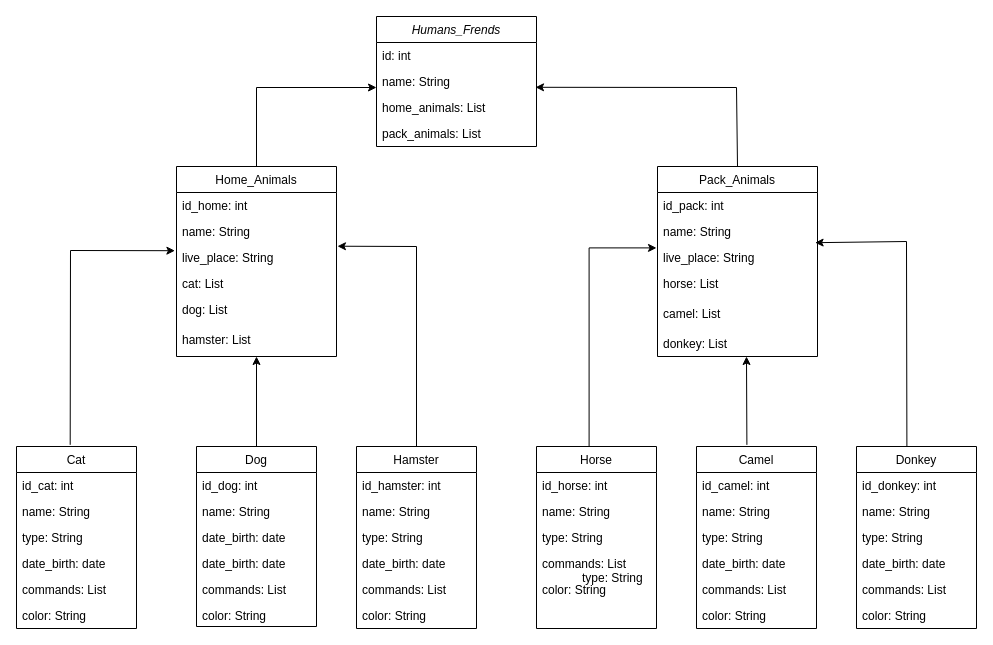
Above: Diagrams/Task 6.drawio in Ritorta/Conrol_work_second_quarter (draw.io), before the change. Source tidied: cells renumbered, new cells numbered last; positions are measured from the earlier drawing's top-left corner, leaving out a move shared by most shapes. Both pictures are drawn from the tidied source at 100%, with x=0, y=0 at pixel (16, 16).
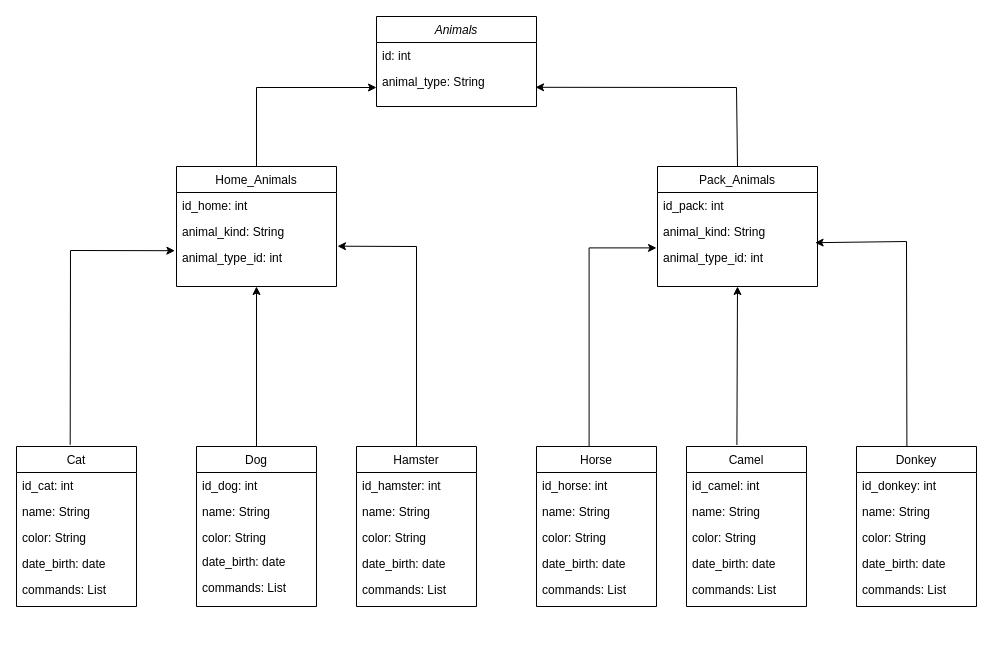
The same page after the edit.

The edit, as a diff of the source:
```diff
@@
-    <mxCell id="2" value="Humans_Frends" style="swimlane;fontStyle=2;align=center;verticalAlign=top;horizontal=1;startSize=26;rounded=0;shadow=0;strokeWidth=1;" parent="1" vertex="1">
-      <mxGeometry x="360" width="160" height="130" as="geometry" />
+    <mxCell id="2" value="Animals" style="swimlane;fontStyle=2;align=center;verticalAlign=top;horizontal=1;startSize=26;rounded=0;shadow=0;strokeWidth=1;" parent="1" vertex="1">
+      <mxGeometry x="360" width="160" height="90" as="geometry" />
     </mxCell>
@@
-    <mxCell id="4" value="name: String" style="text;align=left;verticalAlign=top;spacingLeft=4;spacingRight=4;overflow=hidden;points=[[0,0.5],[1,0.5]];portConstraint=eastwest;" parent="2" vertex="1">
+    <mxCell id="4" value="animal_type: String" style="text;align=left;verticalAlign=top;spacingLeft=4;spacingRight=4;overflow=hidden;points=[[0,0.5],[1,0.5]];portConstraint=eastwest;" parent="2" vertex="1">
       <mxGeometry y="52" width="160" height="26" as="geometry" />
     </mxCell>
-    <mxCell id="5" value="home_animals: List" style="text;align=left;verticalAlign=top;spacingLeft=4;spacingRight=4;overflow=hidden;rounded=0;shadow=0;html=0;" parent="2" vertex="1">
-      <mxGeometry y="78" width="160" height="26" as="geometry" />
-    </mxCell>
-    <mxCell id="6" value="pack_animals: List" style="text;align=left;verticalAlign=top;spacingLeft=4;spacingRight=4;overflow=hidden;rounded=0;shadow=0;html=0;" parent="2" vertex="1">
-      <mxGeometry y="104" width="160" height="26" as="geometry" />
-    </mxCell>
     <mxCell id="7" value="Home_Animals&#10;" style="swimlane;fontStyle=0;align=center;verticalAlign=top;horizontal=1;startSize=26;rounded=0;shadow=0;strokeWidth=1;" parent="1" vertex="1">
-      <mxGeometry x="160" y="150" width="160" height="190" as="geometry" />
+      <mxGeometry x="160" y="150" width="160" height="120" as="geometry" />
     </mxCell>
@@
-    <mxCell id="9" value="name: String" style="text;align=left;verticalAlign=top;spacingLeft=4;spacingRight=4;overflow=hidden;rounded=0;shadow=0;html=0;" parent="7" vertex="1">
+    <mxCell id="9" value="animal_kind: String" style="text;align=left;verticalAlign=top;spacingLeft=4;spacingRight=4;overflow=hidden;rounded=0;shadow=0;html=0;" parent="7" vertex="1">
       <mxGeometry y="52" width="160" height="26" as="geometry" />
     </mxCell>
-    <mxCell id="10" value="live_place: String" style="text;align=left;verticalAlign=top;spacingLeft=4;spacingRight=4;overflow=hidden;points=[[0,0.5],[1,0.5]];portConstraint=eastwest;rounded=0;shadow=0;html=0;" parent="7" vertex="1">
-      <mxGeometry y="78" width="160" height="26" as="geometry" />
-    </mxCell>
-    <mxCell id="11" value="cat: List" style="text;align=left;verticalAlign=top;spacingLeft=4;spacingRight=4;overflow=hidden;rounded=0;shadow=0;html=0;" parent="7" vertex="1">
-      <mxGeometry y="104" width="160" height="26" as="geometry" />
+    <mxCell id="11" value="animal_type_id: int" style="text;align=left;verticalAlign=top;spacingLeft=4;spacingRight=4;overflow=hidden;rounded=0;shadow=0;html=0;" parent="7" vertex="1">
+      <mxGeometry y="78" width="160" height="26" as="geometry" />
     </mxCell>
-    <mxCell id="12" value="dog: List" style="text;align=left;verticalAlign=top;spacingLeft=4;spacingRight=4;overflow=hidden;rounded=0;shadow=0;html=0;" parent="7" vertex="1">
-      <mxGeometry y="130" width="160" height="30" as="geometry" />
-    </mxCell>
-    <mxCell id="13" value="hamster: List" style="text;align=left;verticalAlign=top;spacingLeft=4;spacingRight=4;overflow=hidden;points=[[0,0.5],[1,0.5]];portConstraint=eastwest;rounded=0;shadow=0;html=0;" parent="7" vertex="1">
-      <mxGeometry y="160" width="160" height="30" as="geometry" />
-    </mxCell>
     <mxCell id="14" value="Pack_Animals" style="swimlane;fontStyle=0;align=center;verticalAlign=top;horizontal=1;startSize=26;rounded=0;shadow=0;strokeWidth=1;" parent="1" vertex="1">
-      <mxGeometry x="641" y="150" width="160" height="190" as="geometry" />
+      <mxGeometry x="641" y="150" width="160" height="120" as="geometry" />
     </mxCell>
@@
-    <mxCell id="16" value="name: String" style="text;align=left;verticalAlign=top;spacingLeft=4;spacingRight=4;overflow=hidden;points=[[0,0.5],[1,0.5]];portConstraint=eastwest;rounded=0;shadow=0;html=0;" parent="14" vertex="1">
+    <mxCell id="16" value="animal_kind: String" style="text;align=left;verticalAlign=top;spacingLeft=4;spacingRight=4;overflow=hidden;points=[[0,0.5],[1,0.5]];portConstraint=eastwest;rounded=0;shadow=0;html=0;" parent="14" vertex="1">
       <mxGeometry y="52" width="160" height="26" as="geometry" />
     </mxCell>
-    <mxCell id="17" value="live_place: String" style="text;align=left;verticalAlign=top;spacingLeft=4;spacingRight=4;overflow=hidden;rounded=0;shadow=0;html=0;" parent="14" vertex="1">
-      <mxGeometry y="78" width="160" height="26" as="geometry" />
-    </mxCell>
-    <mxCell id="18" value="horse: List" style="text;align=left;verticalAlign=top;spacingLeft=4;spacingRight=4;overflow=hidden;rounded=0;shadow=0;html=0;" parent="14" vertex="1">
-      <mxGeometry y="104" width="160" height="30" as="geometry" />
-    </mxCell>
-    <mxCell id="19" value="camel: List" style="text;align=left;verticalAlign=top;spacingLeft=4;spacingRight=4;overflow=hidden;rounded=0;shadow=0;html=0;" parent="14" vertex="1">
-      <mxGeometry y="134" width="160" height="30" as="geometry" />
-    </mxCell>
-    <mxCell id="20" value="donkey: List" style="text;align=left;verticalAlign=top;spacingLeft=4;spacingRight=4;overflow=hidden;rounded=0;shadow=0;html=0;" parent="14" vertex="1">
-      <mxGeometry y="164" width="160" height="26" as="geometry" />
-    </mxCell>
+    <mxCell id="71" value="animal_type_id: int" style="text;align=left;verticalAlign=top;spacingLeft=4;spacingRight=4;overflow=hidden;rounded=0;shadow=0;html=0;" parent="14" vertex="1">
+      <mxGeometry y="78" width="160" height="26" as="geometry" />
+    </mxCell>
@@
     <mxCell id="23" value="Cat" style="swimlane;fontStyle=0;align=center;verticalAlign=top;horizontal=1;startSize=26;rounded=0;shadow=0;strokeWidth=1;" parent="1" vertex="1">
-      <mxGeometry y="430" width="120" height="182" as="geometry" />
+      <mxGeometry y="430" width="120" height="160" as="geometry" />
     </mxCell>
@@
-    <mxCell id="26" value="type: String" style="text;align=left;verticalAlign=top;spacingLeft=4;spacingRight=4;overflow=hidden;rounded=0;shadow=0;html=0;" parent="23" vertex="1">
-      <mxGeometry y="78" width="120" height="26" as="geometry" />
-    </mxCell>
+    <mxCell id="29" value="color: String" style="text;align=left;verticalAlign=top;spacingLeft=4;spacingRight=4;overflow=hidden;rounded=0;shadow=0;html=0;" parent="23" vertex="1">
+      <mxGeometry y="78" width="120" height="26" as="geometry" />
+    </mxCell>
@@
-    <mxCell id="29" value="color: String" style="text;align=left;verticalAlign=top;spacingLeft=4;spacingRight=4;overflow=hidden;rounded=0;shadow=0;html=0;" parent="23" vertex="1">
-      <mxGeometry y="156" width="120" height="26" as="geometry" />
-    </mxCell>
     <mxCell id="30" value="Dog" style="swimlane;fontStyle=0;align=center;verticalAlign=top;horizontal=1;startSize=26;rounded=0;shadow=0;strokeWidth=1;" parent="1" vertex="1">
-      <mxGeometry x="180" y="430" width="120" height="180" as="geometry" />
+      <mxGeometry x="180" y="430" width="120" height="160" as="geometry" />
     </mxCell>
@@
+    <mxCell id="36" value="color: String" style="text;align=left;verticalAlign=top;spacingLeft=4;spacingRight=4;overflow=hidden;rounded=0;shadow=0;html=0;" parent="30" vertex="1">
+      <mxGeometry y="78" width="120" height="24" as="geometry" />
+    </mxCell>
     <mxCell id="33" value="date_birth: date" style="text;align=left;verticalAlign=top;spacingLeft=4;spacingRight=4;overflow=hidden;rounded=0;shadow=0;html=0;" parent="30" vertex="1">
-      <mxGeometry y="78" width="120" height="26" as="geometry" />
+      <mxGeometry y="102" width="120" height="26" as="geometry" />
     </mxCell>
-    <mxCell id="34" value="date_birth: date" style="text;align=left;verticalAlign=top;spacingLeft=4;spacingRight=4;overflow=hidden;rounded=0;shadow=0;html=0;" parent="30" vertex="1">
-      <mxGeometry y="104" width="120" height="26" as="geometry" />
-    </mxCell>
     <mxCell id="35" value="commands: List" style="text;align=left;verticalAlign=top;spacingLeft=4;spacingRight=4;overflow=hidden;rounded=0;shadow=0;html=0;" parent="30" vertex="1">
-      <mxGeometry y="130" width="120" height="26" as="geometry" />
+      <mxGeometry y="128" width="120" height="26" as="geometry" />
     </mxCell>
-    <mxCell id="36" value="color: String" style="text;align=left;verticalAlign=top;spacingLeft=4;spacingRight=4;overflow=hidden;rounded=0;shadow=0;html=0;" parent="30" vertex="1">
-      <mxGeometry y="156" width="120" height="24" as="geometry" />
-    </mxCell>
     <mxCell id="37" value="Hamster" style="swimlane;fontStyle=0;align=center;verticalAlign=top;horizontal=1;startSize=26;rounded=0;shadow=0;strokeWidth=1;" parent="1" vertex="1">
-      <mxGeometry x="340" y="430" width="120" height="182" as="geometry" />
+      <mxGeometry x="340" y="430" width="120" height="160" as="geometry" />
     </mxCell>
@@
-    <mxCell id="40" value="type: String" style="text;align=left;verticalAlign=top;spacingLeft=4;spacingRight=4;overflow=hidden;rounded=0;shadow=0;html=0;" parent="37" vertex="1">
-      <mxGeometry y="78" width="120" height="26" as="geometry" />
-    </mxCell>
+    <mxCell id="43" value="color: String" style="text;align=left;verticalAlign=top;spacingLeft=4;spacingRight=4;overflow=hidden;rounded=0;shadow=0;html=0;" parent="37" vertex="1">
+      <mxGeometry y="78" width="120" height="26" as="geometry" />
+    </mxCell>
@@
-    <mxCell id="43" value="color: String" style="text;align=left;verticalAlign=top;spacingLeft=4;spacingRight=4;overflow=hidden;rounded=0;shadow=0;html=0;" parent="37" vertex="1">
-      <mxGeometry y="156" width="120" height="26" as="geometry" />
-    </mxCell>
     <mxCell id="44" value="Horse" style="swimlane;fontStyle=0;align=center;verticalAlign=top;horizontal=1;startSize=26;rounded=0;shadow=0;strokeWidth=1;" parent="1" vertex="1">
-      <mxGeometry x="520" y="430" width="120" height="182" as="geometry" />
+      <mxGeometry x="520" y="430" width="120" height="160" as="geometry" />
     </mxCell>
@@
+    <mxCell id="49" value="color: String" style="text;align=left;verticalAlign=top;spacingLeft=4;spacingRight=4;overflow=hidden;rounded=0;shadow=0;html=0;" parent="44" vertex="1">
+      <mxGeometry y="78" width="120" height="26" as="geometry" />
+    </mxCell>
-    <mxCell id="47" value="type: String" style="text;align=left;verticalAlign=top;spacingLeft=4;spacingRight=4;overflow=hidden;rounded=0;shadow=0;html=0;" parent="44" vertex="1">
-      <mxGeometry y="78" width="120" height="26" as="geometry" />
+    <mxCell id="47" value="date_birth: date" style="text;align=left;verticalAlign=top;spacingLeft=4;spacingRight=4;overflow=hidden;rounded=0;shadow=0;html=0;" parent="44" vertex="1">
+      <mxGeometry y="104" width="120" height="26" as="geometry" />
     </mxCell>
     <mxCell id="48" value="commands: List" style="text;align=left;verticalAlign=top;spacingLeft=4;spacingRight=4;overflow=hidden;rounded=0;shadow=0;html=0;" parent="44" vertex="1">
-      <mxGeometry y="104" width="120" height="26" as="geometry" />
+      <mxGeometry y="130" width="120" height="26" as="geometry" />
     </mxCell>
-    <mxCell id="49" value="color: String" style="text;align=left;verticalAlign=top;spacingLeft=4;spacingRight=4;overflow=hidden;rounded=0;shadow=0;html=0;" parent="44" vertex="1">
-      <mxGeometry y="130" width="120" height="26" as="geometry" />
-    </mxCell>
     <mxCell id="50" value="Camel" style="swimlane;fontStyle=0;align=center;verticalAlign=top;horizontal=1;startSize=26;rounded=0;shadow=0;strokeWidth=1;" parent="1" vertex="1">
-      <mxGeometry x="680" y="430" width="120" height="182" as="geometry" />
+      <mxGeometry x="670" y="430" width="120" height="160" as="geometry" />
     </mxCell>
@@
-    <mxCell id="53" value="type: String" style="text;align=left;verticalAlign=top;spacingLeft=4;spacingRight=4;overflow=hidden;rounded=0;shadow=0;html=0;" parent="50" vertex="1">
-      <mxGeometry y="78" width="120" height="26" as="geometry" />
-    </mxCell>
+    <mxCell id="56" value="color: String" style="text;align=left;verticalAlign=top;spacingLeft=4;spacingRight=4;overflow=hidden;rounded=0;shadow=0;html=0;" parent="50" vertex="1">
+      <mxGeometry y="78" width="120" height="26" as="geometry" />
+    </mxCell>
@@
-    <mxCell id="56" value="color: String" style="text;align=left;verticalAlign=top;spacingLeft=4;spacingRight=4;overflow=hidden;rounded=0;shadow=0;html=0;" parent="50" vertex="1">
-      <mxGeometry y="156" width="120" height="26" as="geometry" />
-    </mxCell>
     <mxCell id="57" value="Donkey" style="swimlane;fontStyle=0;align=center;verticalAlign=top;horizontal=1;startSize=26;rounded=0;shadow=0;strokeWidth=1;" parent="1" vertex="1">
-      <mxGeometry x="840" y="430" width="120" height="182" as="geometry" />
+      <mxGeometry x="840" y="430" width="120" height="160" as="geometry" />
     </mxCell>
@@
-    <mxCell id="60" value="type: String" style="text;align=left;verticalAlign=top;spacingLeft=4;spacingRight=4;overflow=hidden;rounded=0;shadow=0;html=0;" parent="57" vertex="1">
-      <mxGeometry y="78" width="120" height="26" as="geometry" />
-    </mxCell>
+    <mxCell id="63" value="color: String" style="text;align=left;verticalAlign=top;spacingLeft=4;spacingRight=4;overflow=hidden;rounded=0;shadow=0;html=0;" parent="57" vertex="1">
+      <mxGeometry y="78" width="120" height="26" as="geometry" />
+    </mxCell>
@@
-    <mxCell id="63" value="color: String" style="text;align=left;verticalAlign=top;spacingLeft=4;spacingRight=4;overflow=hidden;rounded=0;shadow=0;html=0;" parent="57" vertex="1">
-      <mxGeometry y="156" width="120" height="26" as="geometry" />
-    </mxCell>
@@
-    <mxCell id="65" style="endArrow=classic;html=1;rounded=0;entryX=1.006;entryY=0.066;entryDx=0;entryDy=0;exitX=0.5;exitY=0;exitDx=0;exitDy=0;entryPerimeter=0;" parent="1" edge="1" source="37" target="10">
+    <mxCell id="65" style="endArrow=classic;html=1;rounded=0;entryX=1.006;entryY=0.066;entryDx=0;entryDy=0;exitX=0.5;exitY=0;exitDx=0;exitDy=0;entryPerimeter=0;" parent="1" edge="1" source="37">
       <mxGeometry relative="1" as="geometry">
+        <mxPoint x="321" y="229.7" as="targetPoint" />
         <Array as="points">
           <mxPoint x="400" y="230" />
         </Array>
       </mxGeometry>
     </mxCell>
@@
-    <mxCell id="68" style="endArrow=classic;html=1;rounded=0;exitX=0.5;exitY=0;exitDx=0;exitDy=0;" parent="1" edge="1" source="30" target="13">
+    <mxCell id="68" style="endArrow=classic;html=1;rounded=0;exitX=0.5;exitY=0;exitDx=0;exitDy=0;entryX=0.5;entryY=1;entryDx=0;entryDy=0;" parent="1" edge="1" source="30" target="7">
       <mxGeometry relative="1" as="geometry" />
     </mxCell>
-    <mxCell id="69" style="endArrow=classic;html=1;rounded=0;exitX=0.42;exitY=-0.009;exitDx=0;exitDy=0;exitPerimeter=0;" parent="1" edge="1" source="50">
-      <mxGeometry relative="1" as="geometry">
-        <mxPoint x="730" y="340" as="targetPoint" />
-      </mxGeometry>
+    <mxCell id="69" style="endArrow=classic;html=1;rounded=0;exitX=0.42;exitY=-0.009;exitDx=0;exitDy=0;exitPerimeter=0;entryX=0.5;entryY=1;entryDx=0;entryDy=0;" parent="1" edge="1" source="50" target="14">
+      <mxGeometry relative="1" as="geometry" />
     </mxCell>
-    <mxCell id="70" value="type: String" style="text;align=left;verticalAlign=top;spacingLeft=4;spacingRight=4;overflow=hidden;rounded=0;shadow=0;html=0;" parent="1" vertex="1">
-      <mxGeometry x="560" y="548" width="120" height="26" as="geometry" />
-    </mxCell>
```
